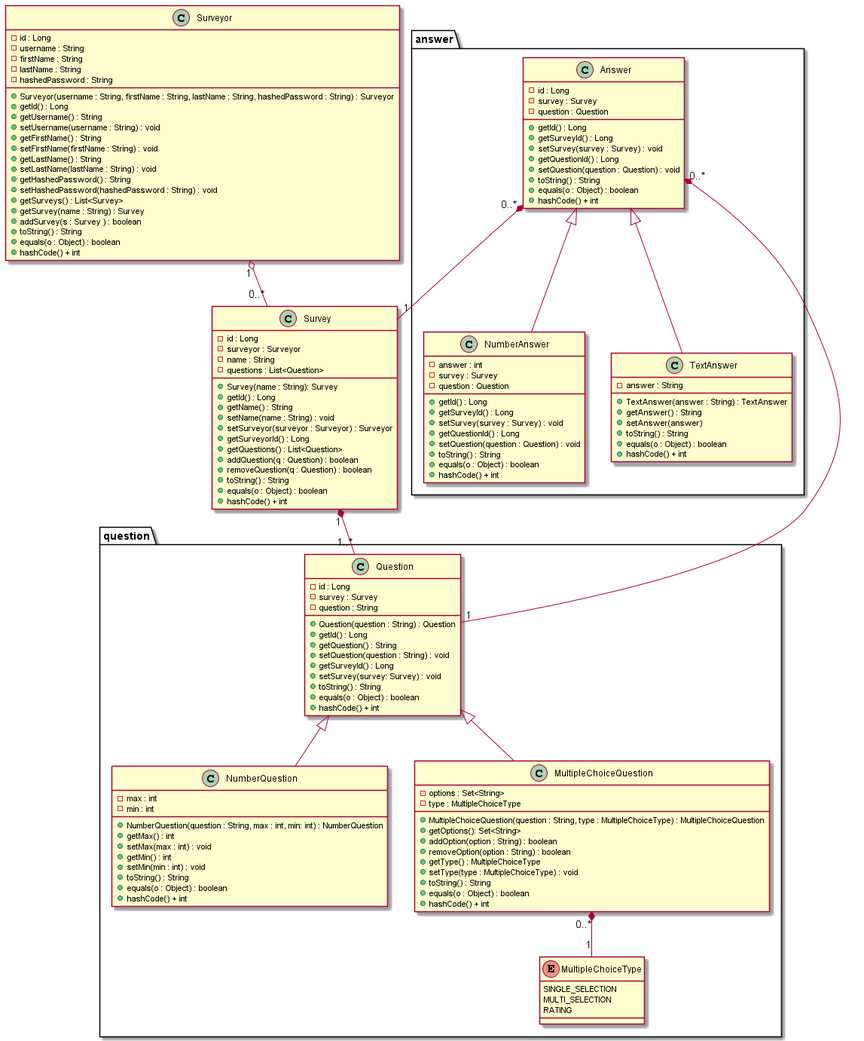
Daniel-W-Innes/SYSC4806-Project-Frontend keeps this PlantUML diagram as docs/Models.png. Above is the earlier version. The source it was exported from:
```plantuml
@startuml

class Surveyor{
    - id : Long
    - username : String
    - firstName : String
    - lastName : String
    - hashedPassword : String
    + Surveyor(username : String, firstName : String, lastName : String, hashedPassword : String) : Surveyor
    + getId() : Long
    + getUsername() : String
    + setUsername(username : String) : void
    + getFirstName() : String
    + setFirstName(firstName : String) : void
    + getLastName() : String
    + setLastName(lastName : String) : void
    + getHashedPassword() : String
    + setHashedPassword(hashedPassword : String) : void
    + getSurveys() : List<Survey>
    + getSurvey(name : String) : Survey
    + addSurvey(s : Survey ) : boolean
    + toString() : String
    + equals(o : Object) : boolean
    + hashCode() + int
}

class Survey{
    - id : Long
    - surveyor : Surveyor
    - name : String
    - questions : List<Question>
    + Survey(name : String): Survey
    + getId() : Long
    + getName() : String
    + setName(name : String) : void
    + setSurveyor(surveyor : Surveyor) : Surveyor
    + getSurveyorId() : Long
    + getQuestions() : List<Question>
    + addQuestion(q : Question) : boolean
    + removeQuestion(q : Question) : boolean
    + toString() : String
    + equals(o : Object) : boolean
    + hashCode() + int
}

package question{
    class Question{
        - id : Long
        - survey : Survey
        - question : String
        + Question(question : String) : Question
        + getId() : Long
        + getQuestion() : String
        + setQuestion(question : String) : void
        + getSurveyId() : Long
        + setSurvey(survey: Survey) : void
        + toString() : String
        + equals(o : Object) : boolean
        + hashCode() + int
    }
    class NumberQuestion extends Question{
        - max : int
        - min : int
        + NumberQuestion(question : String, max : int, min: int) : NumberQuestion
        + getMax() : int
        + setMax(max : int) : void
        + getMin() : int
        + setMin(min : int) : void
        + toString() : String
        + equals(o : Object) : boolean
        + hashCode() + int
    }
    enum MultipleChoiceType{
        SINGLE_SELECTION
        MULTI_SELECTION
        RATING
    }
    class MultipleChoiceQuestion extends Question{
        - options : Set<String>
        - type : MultipleChoiceType
        + MultipleChoiceQuestion(question : String, type : MultipleChoiceType) : MultipleChoiceQuestion
        + getOptions(): Set<String>
        + addOption(option : String) : boolean
        + removeOption(option : String) : boolean
        + getType() : MultipleChoiceType
        + setType(type : MultipleChoiceType) : void
        + toString() : String
        + equals(o : Object) : boolean
        + hashCode() + int
    }
}
package answer{
    class Answer{
        - id : Long
        - survey : Survey
        - question : Question
        + getId() : Long
        + getSurveyId() : Long
        + setSurvey(survey : Survey) : void
        + getQuestionId() : Long
        + setQuestion(question : Question) : void
        + toString() : String
        + equals(o : Object) : boolean
        + hashCode() + int
    }
    class NumberAnswer extends Answer{
        - answer : int
        - survey : Survey
        - question : Question
        + getId() : Long
        + getSurveyId() : Long
        + setSurvey(survey : Survey) : void
        + getQuestionId() : Long
        + setQuestion(question : Question) : void
        + toString() : String
        + equals(o : Object) : boolean
        + hashCode() + int
    }
    class TextAnswer extends Answer{
        - answer : String
        + TextAnswer(answer : String) : TextAnswer
        + getAnswer() : String
        + setAnswer(answer)
        + toString() : String
        + equals(o : Object) : boolean
        + hashCode() + int
    }
}

Surveyor "1" o-- "0..*" Survey
Survey "1" *-- "1..*" Question
Answer "0..*" *-- "1" Survey
Answer "0..*" *-- "1" Question
MultipleChoiceQuestion "0..*" *-- "1" MultipleChoiceType


@enduml
```
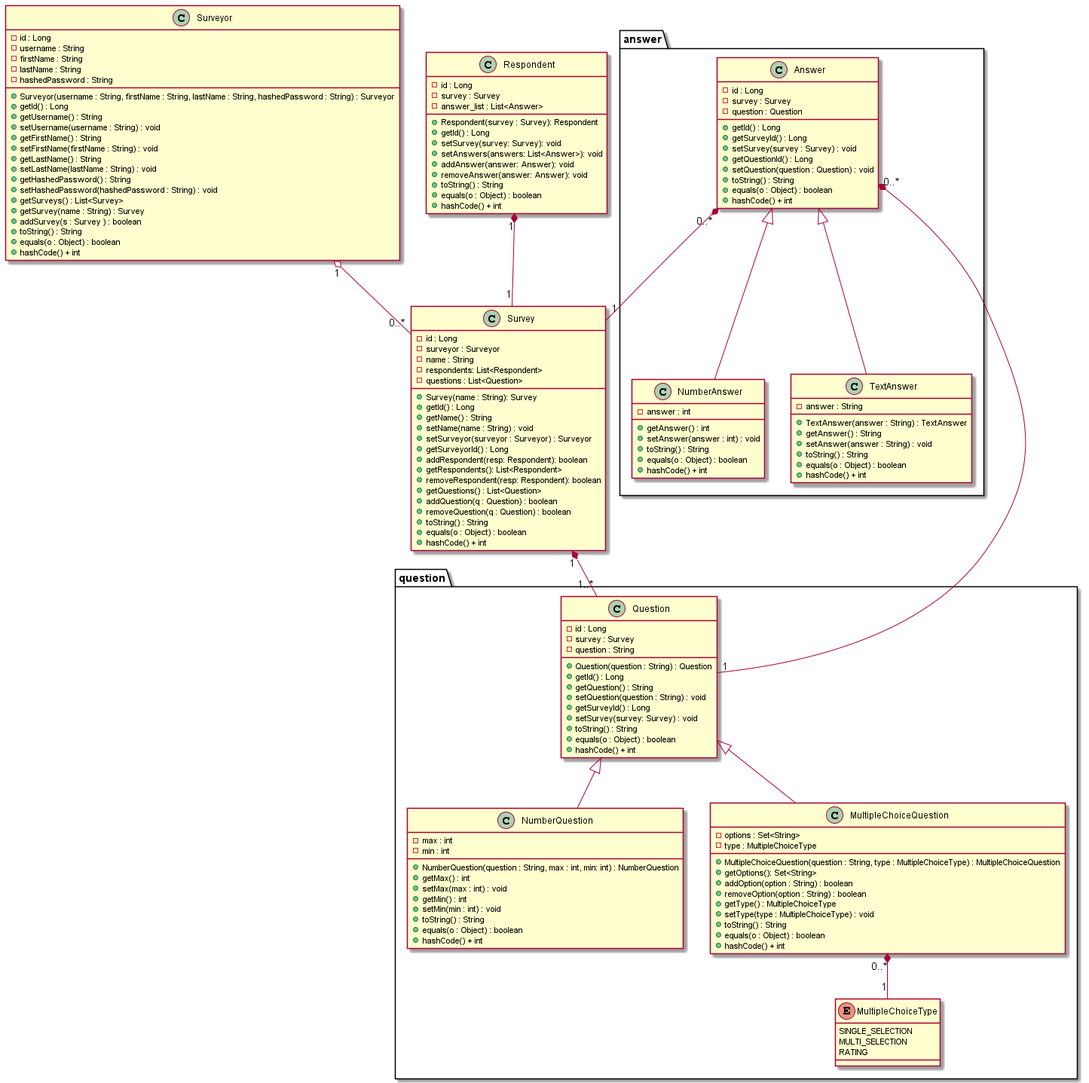
Later version of the same file.

Diff of the diagram source:
```diff
@@ -28,6 +28,7 @@
     - id : Long
     - surveyor : Surveyor
     - name : String
+    - respondents: List<Respondent>
     - questions : List<Question>
     + Survey(name : String): Survey
     + getId() : Long
@@ -35,9 +36,27 @@
     + setName(name : String) : void
     + setSurveyor(surveyor : Surveyor) : Surveyor
     + getSurveyorId() : Long
+    + addRespondent(resp: Respondent): boolean
+    + getRespondents(): List<Respondent>
+    + removeRespondent(resp: Respondent): boolean
     + getQuestions() : List<Question>
     + addQuestion(q : Question) : boolean
     + removeQuestion(q : Question) : boolean
+    + toString() : String
+    + equals(o : Object) : boolean
+    + hashCode() + int
+}
+
+class Respondent{
+    - id : Long
+    - survey : Survey
+    - answer_list : List<Answer>
+    + Respondent(survey : Survey): Respondent
+    + getId() : Long
+    + setSurvey(survey: Survey): void
+    + setAnswers(answers: List<Answer>): void
+    + addAnswer(answer: Answer): void
+    + removeAnswer(answer: Answer): void
     + toString() : String
     + equals(o : Object) : boolean
     + hashCode() + int
@@ -105,13 +124,8 @@
     }
     class NumberAnswer extends Answer{
         - answer : int
-        - survey : Survey
-        - question : Question
-        + getId() : Long
-        + getSurveyId() : Long
-        + setSurvey(survey : Survey) : void
-        + getQuestionId() : Long
-        + setQuestion(question : Question) : void
+        + getAnswer() : int
+        + setAnswer(answer : int) : void
         + toString() : String
         + equals(o : Object) : boolean
         + hashCode() + int
@@ -120,7 +134,7 @@
         - answer : String
         + TextAnswer(answer : String) : TextAnswer
         + getAnswer() : String
-        + setAnswer(answer)
+        + setAnswer(answer : String) : void
         + toString() : String
         + equals(o : Object) : boolean
         + hashCode() + int
@@ -132,6 +146,7 @@
 Answer "0..*" *-- "1" Survey
 Answer "0..*" *-- "1" Question
 MultipleChoiceQuestion "0..*" *-- "1" MultipleChoiceType
+Respondent "1" *-- "1" Survey
 
 
 @enduml
```
